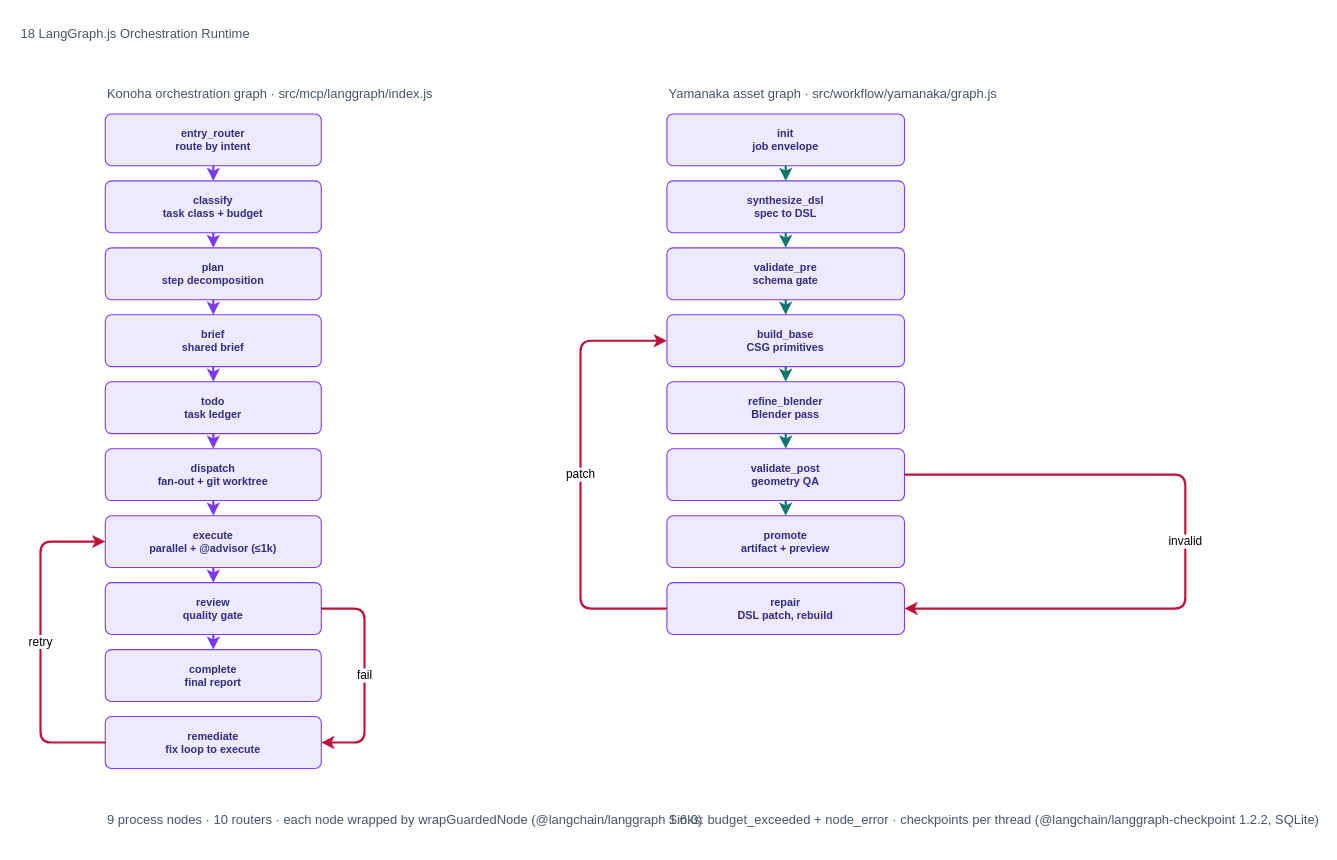
Before: page "18 LangGraph.js Orchestration Runtime" (18 of 18) of docs/diagrams/konoha-infrastructure-architecture.drawio in andycungkrinx91/konoha, a draw.io diagram. Source tidied: cells renumbered, new cells numbered last; positions are measured from the earlier drawing's top-left corner, leaving out a move shared by most shapes. Both pictures are drawn from the tidied source at 108%, with x=0, y=0 at pixel (18, 18).
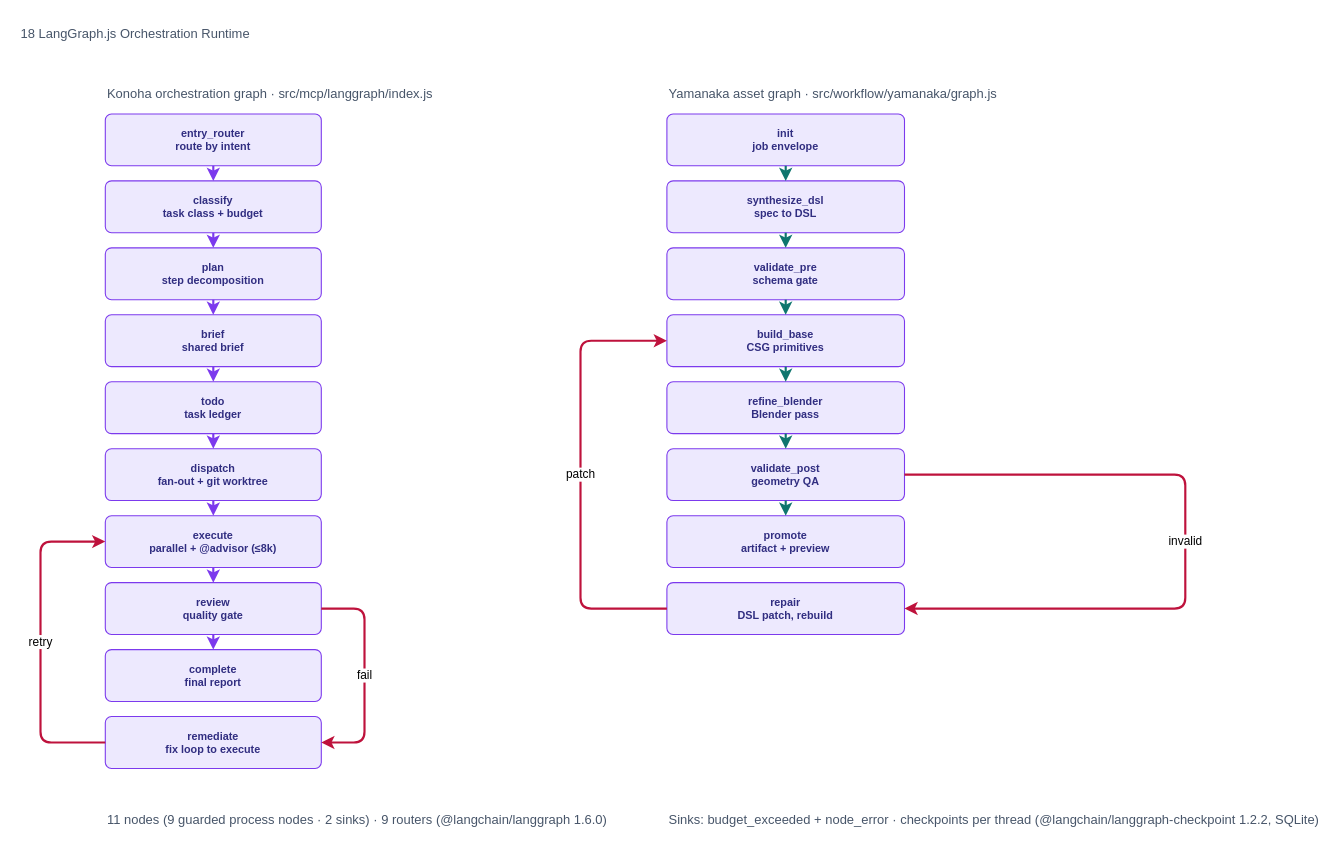
After the change.

The edit, as a diff of the source:
```diff
@@
-    <mxCell id="11" value="execute&#10;parallel + @advisor (≤1k)" style="rounded=1;whiteSpace=wrap;html=1;arcSize=12;fontSize=10;fontStyle=1;fillColor=#ede9fe;strokeColor=#7c3aed;fontColor=#312e81;agent=sannin;" parent="1" vertex="1">
+    <mxCell id="11" value="execute&#10;parallel + @advisor (≤8k)" style="rounded=1;whiteSpace=wrap;html=1;arcSize=12;fontSize=10;fontStyle=1;fillColor=#ede9fe;strokeColor=#7c3aed;fontColor=#312e81;agent=sannin;" parent="1" vertex="1">
       <mxGeometry x="80" y="460" width="200" height="48" as="geometry" />
     </mxCell>
@@
-    <mxCell id="23" value="9 process nodes · 10 routers · each node wrapped by wrapGuardedNode (@langchain/langgraph 1.6.0)" style="text;html=1;fontSize=12;fontStyle=0;fontColor=#475569;align=left;" parent="1" vertex="1">
+    <mxCell id="23" value="11 nodes (9 guarded process nodes · 2 sinks) · 9 routers (@langchain/langgraph 1.6.0)" style="text;html=1;fontSize=12;fontStyle=0;fontColor=#475569;align=left;" parent="1" vertex="1">
       <mxGeometry x="80" y="728" width="500" height="34" as="geometry" />
     </mxCell>
```
